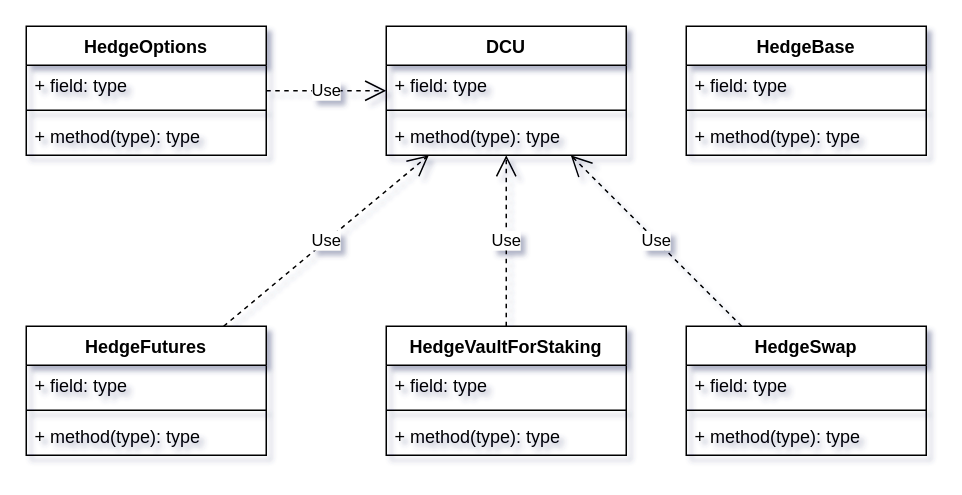
This is docs/structure.drawio from FORT-Protocol/FORT-V1.1, a draw.io file, before an edit. Source tidied: cells renumbered, new cells numbered last; positions are measured from the earlier drawing's top-left corner, leaving out a move shared by most shapes. Both pictures are drawn from the tidied source at 150%, with x=0, y=0 at pixel (26, 26).
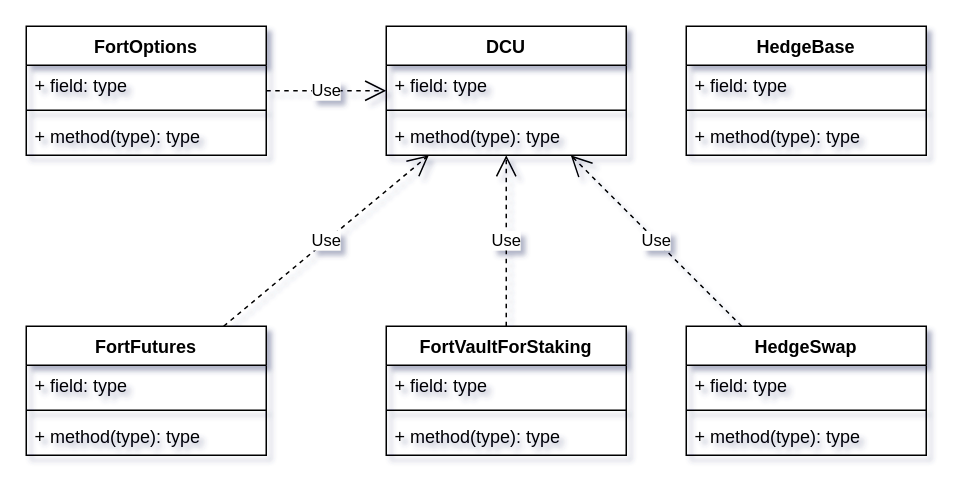
After the change.

The edit, as a diff of the source:
```diff
@@
-    <mxCell id="6" value="HedgeFutures" style="swimlane;fontStyle=1;align=center;verticalAlign=top;horizontal=1;startSize=26;" parent="1" vertex="1">
+    <mxCell id="6" value="FortFutures" style="swimlane;fontStyle=1;align=center;verticalAlign=top;horizontal=1;startSize=26;" parent="1" vertex="1">
       <mxGeometry y="200" width="160" height="86" as="geometry" />
     </mxCell>
@@
-    <mxCell id="10" value="HedgeOptions" style="swimlane;fontStyle=1;align=center;verticalAlign=top;horizontal=1;startSize=26;" parent="1" vertex="1">
+    <mxCell id="10" value="FortOptions" style="swimlane;fontStyle=1;align=center;verticalAlign=top;horizontal=1;startSize=26;" parent="1" vertex="1">
       <mxGeometry width="160" height="86" as="geometry" />
     </mxCell>
@@
-    <mxCell id="22" value="HedgeVaultForStaking" style="swimlane;fontStyle=1;align=center;verticalAlign=top;horizontal=1;startSize=26;" parent="1" vertex="1">
+    <mxCell id="22" value="FortVaultForStaking" style="swimlane;fontStyle=1;align=center;verticalAlign=top;horizontal=1;startSize=26;" parent="1" vertex="1">
       <mxGeometry x="240" y="200" width="160" height="86" as="geometry" />
     </mxCell>
```
